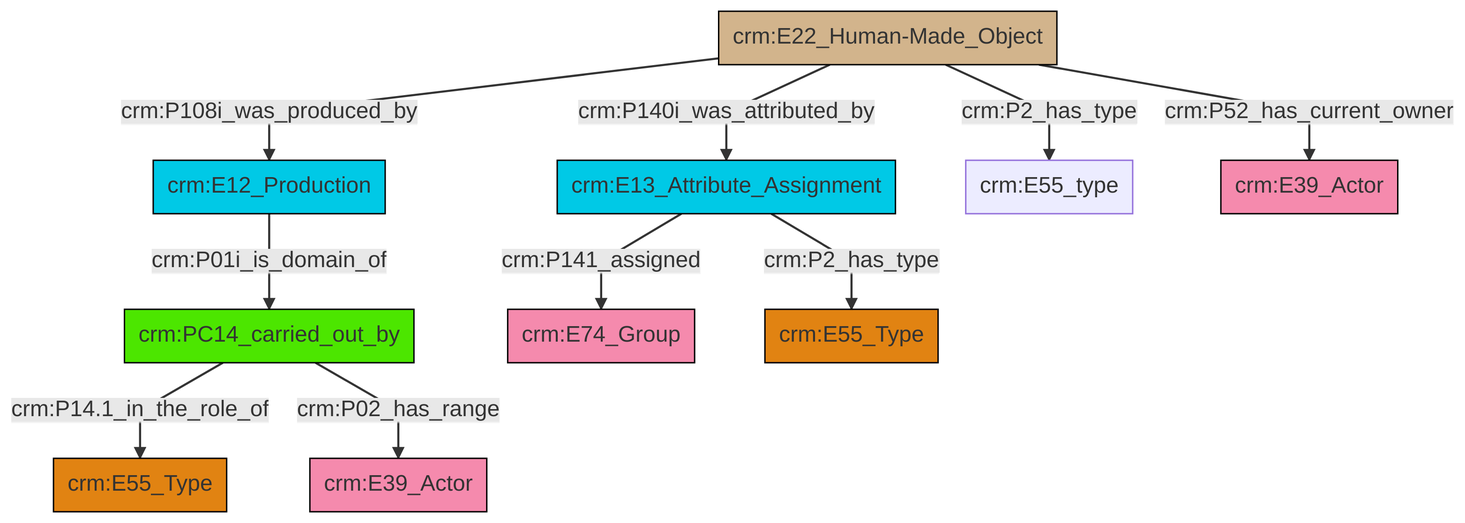
The Mermaid diagram et/builtWorkCSV/ttl/mmd/png/Built_Work_actor_relations.png in swiss-art-research-net/docs.swissartresearch, before a commit. Its source is kept beside it as et/builtWorkCSV/ttl/mmd/Built_Work_actor_relations.ttl.mmd.
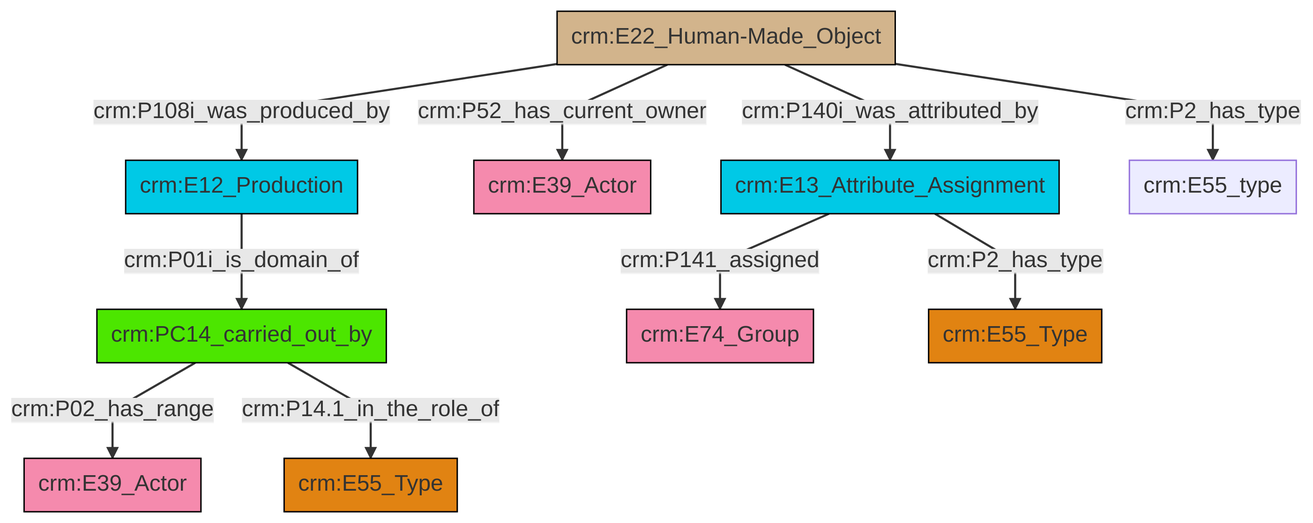
The same file after the commit.

What changed in the source:
```diff
@@ -13,12 +13,12 @@
 classDef PC_Classes fill:#4ce600, stroke:#000000;
 classDef Multi fill:#cccccc,stroke:#000000;
 
-2["crm:E22_Human-Made_Object"]:::Physical_Thing -->|crm:P108i_was_produced_by| 3["crm:E12_Production"]:::Temporal_Entity
-4["crm:PC14_carried_out_by"]:::PC_Classes -->|crm:P14.1_in_the_role_of| 5["crm:E55_Type"]:::Type
-4["crm:PC14_carried_out_by"]:::PC_Classes -->|crm:P02_has_range| 6["crm:E39_Actor"]:::Actor
-2["crm:E22_Human-Made_Object"]:::Physical_Thing -->|crm:P2_has_type| 7["crm:E55_type"]:::Default
-0["crm:E13_Attribute_Assignment"]:::Temporal_Entity -->|crm:P2_has_type| 12["crm:E55_Type"]:::Type
-2["crm:E22_Human-Made_Object"]:::Physical_Thing -->|crm:P140i_was_attributed_by| 0["crm:E13_Attribute_Assignment"]:::Temporal_Entity
-0["crm:E13_Attribute_Assignment"]:::Temporal_Entity -->|crm:P141_assigned| 9["crm:E74_Group"]:::Actor
-2["crm:E22_Human-Made_Object"]:::Physical_Thing -->|crm:P52_has_current_owner| 17["crm:E39_Actor"]:::Actor
-3["crm:E12_Production"]:::Temporal_Entity -->|crm:P01i_is_domain_of| 4["crm:PC14_carried_out_by"]:::PC_Classes
+0["crm:E13_Attribute_Assignment"]:::Temporal_Entity -->|crm:P141_assigned| 1["crm:E74_Group"]:::Actor
+2["crm:E12_Production"]:::Temporal_Entity -->|crm:P01i_is_domain_of| 3["crm:PC14_carried_out_by"]:::PC_Classes
+4["crm:E22_Human-Made_Object"]:::Physical_Thing -->|crm:P108i_was_produced_by| 2["crm:E12_Production"]:::Temporal_Entity
+3["crm:PC14_carried_out_by"]:::PC_Classes -->|crm:P02_has_range| 7["crm:E39_Actor"]:::Actor
+4["crm:E22_Human-Made_Object"]:::Physical_Thing -->|crm:P52_has_current_owner| 8["crm:E39_Actor"]:::Actor
+4["crm:E22_Human-Made_Object"]:::Physical_Thing -->|crm:P140i_was_attributed_by| 0["crm:E13_Attribute_Assignment"]:::Temporal_Entity
+4["crm:E22_Human-Made_Object"]:::Physical_Thing -->|crm:P2_has_type| 5["crm:E55_type"]:::Default
+0["crm:E13_Attribute_Assignment"]:::Temporal_Entity -->|crm:P2_has_type| 11["crm:E55_Type"]:::Type
+3["crm:PC14_carried_out_by"]:::PC_Classes -->|crm:P14.1_in_the_role_of| 9["crm:E55_Type"]:::Type
```
